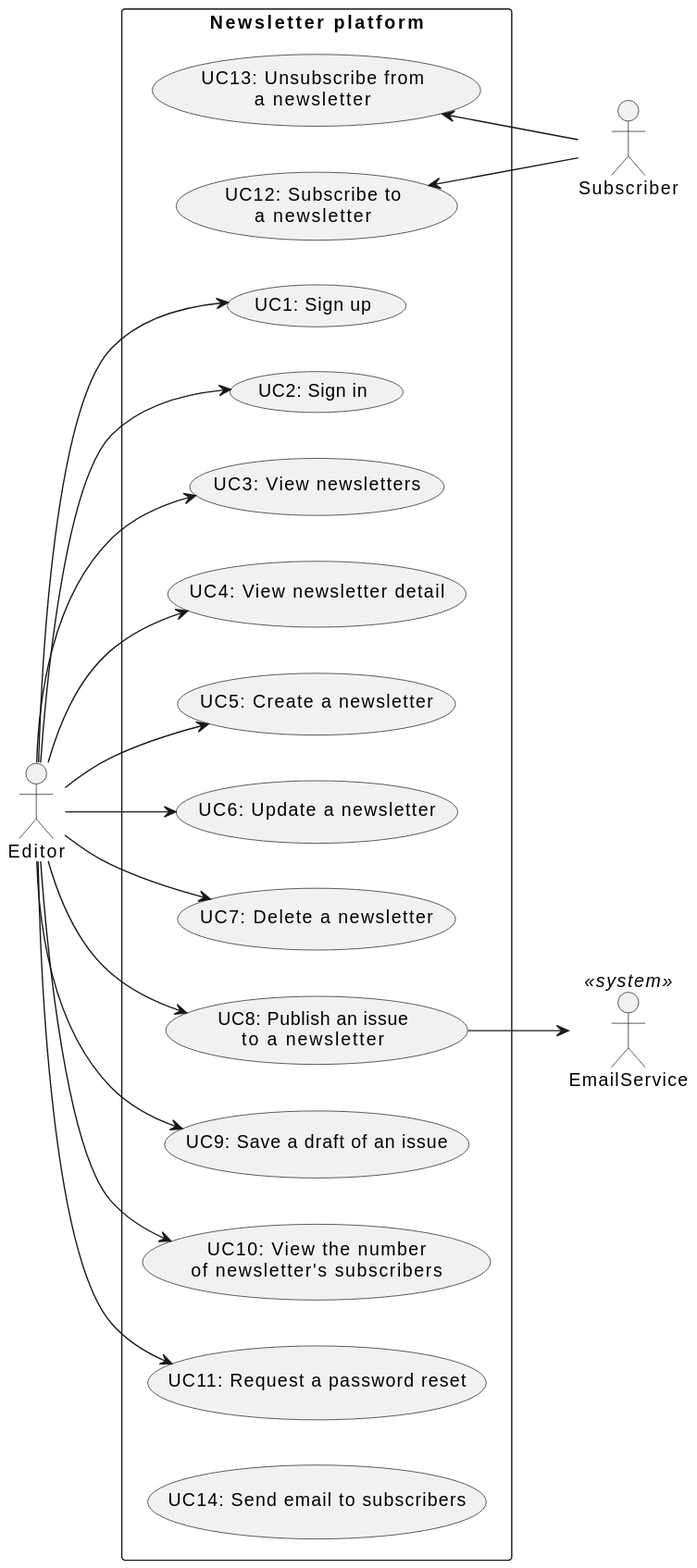
The PlantUML diagram docs/assets/newsletter_platform_usecase_diagram.svg in MichalMoudry/4IT428-semestral-work, before a commit.
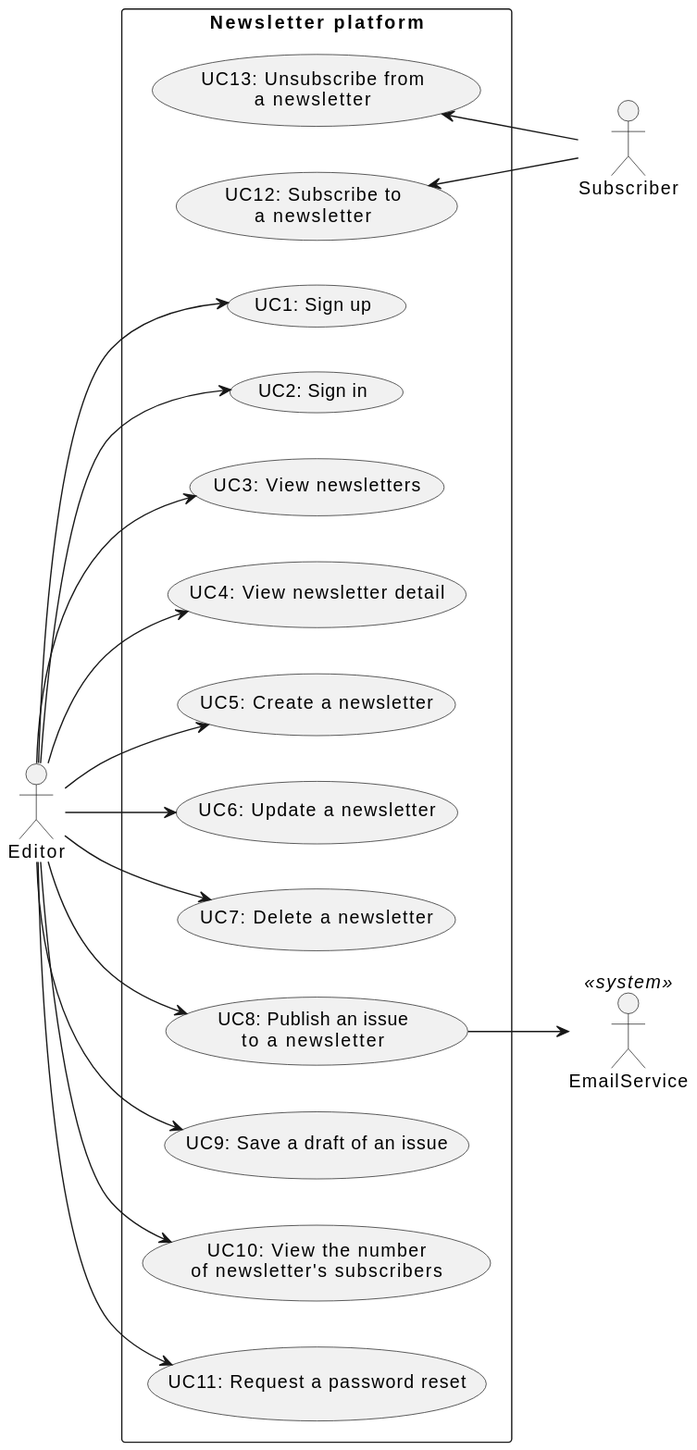
After the commit.

Commit message:
Updated use case diagram

What changed in the source:
```diff
@@ -20,8 +20,6 @@
 
 	usecase (UC12: Subscribe to\na newsletter) as UC12
 	usecase (UC13: Unsubscribe from\na newsletter) as UC13
-
-	usecase (UC14: Send email to subscribers) as UC14
 }
 
 Editor --> UC1
```
